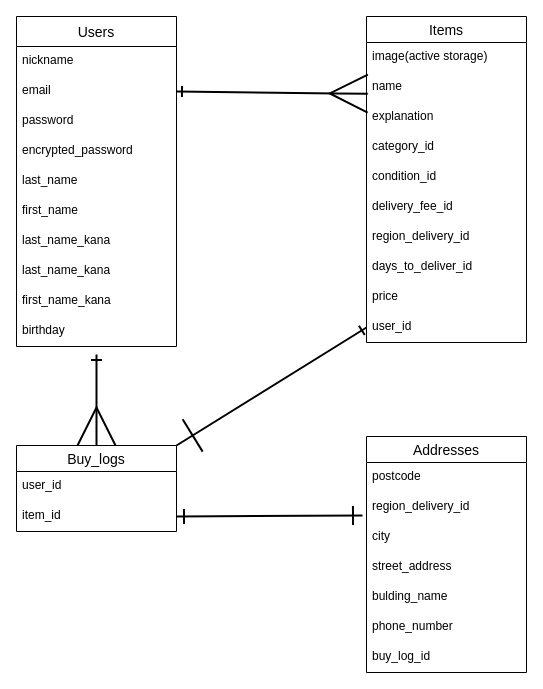
This is furimaER.dio from ryotsuf/furima-37576, a draw.io file, before an edit. Source tidied: cells renumbered, new cells numbered last; positions are measured from the earlier drawing's top-left corner, leaving out a move shared by most shapes. Both pictures are drawn from the tidied source at 100%, with x=0, y=0 at pixel (16, 16).
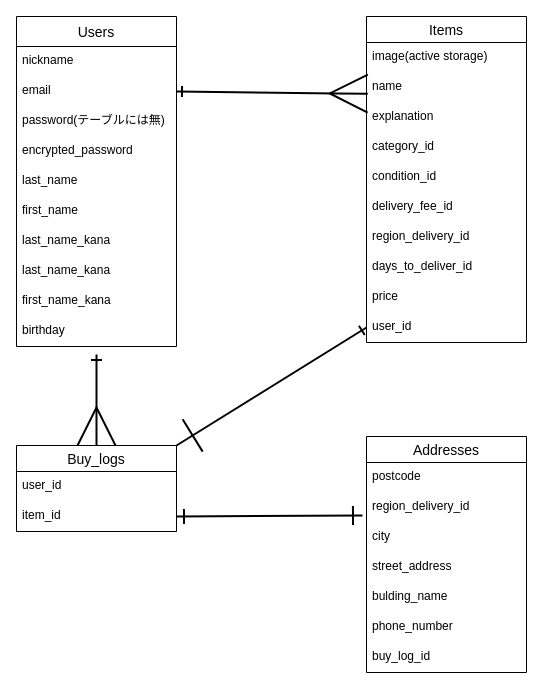
The same page after the edit.

Commit message (it also covers changes not shown here):
再レビューしていただいた箇所の修正

The change refers to these unchanged cells:
```xml
<mxCell id="3" value="Users" style="swimlane;fontStyle=0;horizontal=1;startSize=30;align=center;fontSize=14;" parent="1" vertex="1">
  <mxGeometry width="160" height="330" as="geometry" />
</mxCell>
```

The edit, as a diff of the source:
```diff
@@
-    <mxCell id="6" value="password" style="text;strokeColor=none;fillColor=none;spacingLeft=4;spacingRight=4;overflow=hidden;fontSize=12;" parent="3" vertex="1">
+    <mxCell id="6" value="password(テーブルには無)" style="text;strokeColor=none;fillColor=none;spacingLeft=4;spacingRight=4;overflow=hidden;fontSize=12;" parent="3" vertex="1">
       <mxGeometry y="90" width="160" height="30" as="geometry" />
     </mxCell>
```
